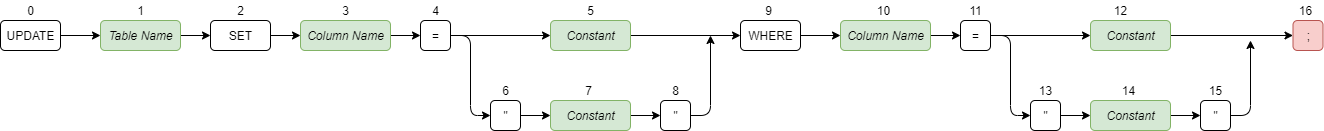
Above: src/files/assets/helpscreen/UpdateDiagram.png in DeliciousWaffle/MastersProject (draw.io), before the change. Source tidied: cells renumbered, new cells last; positions are measured from the earlier drawing's top-left corner, leaving out a move shared by most shapes.
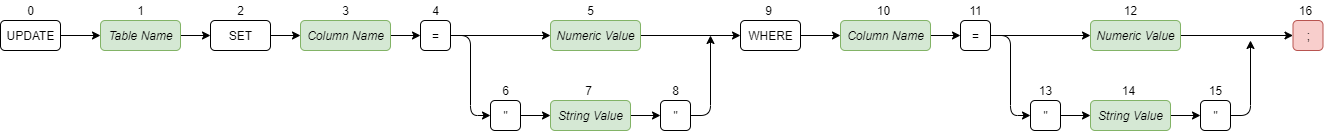
After the change.

What changed in the source:
```diff
@@ -61,8 +61,8 @@
     <mxCell id="20" style="edgeStyle=orthogonalEdgeStyle;rounded=1;jettySize=auto;html=1;exitX=1;exitY=0.5;exitDx=0;exitDy=0;entryX=0;entryY=0.5;entryDx=0;entryDy=0;" parent="1" edge="1" source="21" target="25">
       <mxGeometry relative="1" as="geometry" />
     </mxCell>
-    <mxCell id="21" value="&lt;i&gt;Constant&lt;/i&gt;" style="html=1;fillColor=#d5e8d4;strokeColor=#82b366;rounded=1;" parent="1" vertex="1">
-      <mxGeometry x="550" y="20" width="80" height="30" as="geometry" />
+    <mxCell id="21" value="&lt;i&gt;Numeric Value&lt;/i&gt;" style="html=1;fillColor=#d5e8d4;strokeColor=#82b366;rounded=1;" parent="1" vertex="1">
+      <mxGeometry x="550" y="20" width="90" height="30" as="geometry" />
     </mxCell>
     <mxCell id="22" value="5" style="text;html=1;align=center;verticalAlign=middle;rounded=1;" parent="1" vertex="1">
       <mxGeometry x="580" width="20" height="20" as="geometry" />
@@ -105,16 +105,16 @@
     <mxCell id="34" style="edgeStyle=orthogonalEdgeStyle;jettySize=auto;html=1;exitX=1;exitY=0.5;exitDx=0;exitDy=0;entryX=0;entryY=0.5;entryDx=0;entryDy=0;" parent="1" edge="1" source="35" target="14">
       <mxGeometry relative="1" as="geometry" />
     </mxCell>
-    <mxCell id="35" value="&lt;i&gt;Constant&lt;/i&gt;" style="html=1;fillColor=#d5e8d4;strokeColor=#82b366;rounded=1;" parent="1" vertex="1">
-      <mxGeometry x="1090" y="20" width="80" height="30" as="geometry" />
+    <mxCell id="35" value="&lt;i&gt;Numeric Value&lt;/i&gt;" style="html=1;fillColor=#d5e8d4;strokeColor=#82b366;rounded=1;" parent="1" vertex="1">
+      <mxGeometry x="1090" y="20" width="90" height="30" as="geometry" />
     </mxCell>
     <mxCell id="36" value="12" style="text;html=1;align=center;verticalAlign=middle;rounded=1;" parent="1" vertex="1">
-      <mxGeometry x="1105" width="30" height="20" as="geometry" />
+      <mxGeometry x="1115" width="30" height="20" as="geometry" />
     </mxCell>
     <mxCell id="37" style="edgeStyle=orthogonalEdgeStyle;rounded=0;jettySize=auto;html=1;exitX=1;exitY=0.5;exitDx=0;exitDy=0;entryX=0;entryY=0.5;entryDx=0;entryDy=0;" parent="1" edge="1" source="38" target="43">
       <mxGeometry relative="1" as="geometry" />
     </mxCell>
-    <mxCell id="38" value="&lt;i&gt;Constant&lt;/i&gt;" style="html=1;fillColor=#d5e8d4;strokeColor=#82b366;rounded=1;" parent="1" vertex="1">
+    <mxCell id="38" value="&lt;i&gt;String Value&lt;/i&gt;" style="html=1;fillColor=#d5e8d4;strokeColor=#82b366;rounded=1;" parent="1" vertex="1">
       <mxGeometry x="1090" y="100" width="80" height="30" as="geometry" />
     </mxCell>
     <mxCell id="39" value="14" style="text;html=1;align=center;verticalAlign=middle;rounded=1;" parent="1" vertex="1">
@@ -147,7 +147,7 @@
     <mxCell id="46" style="edgeStyle=orthogonalEdgeStyle;rounded=0;jettySize=auto;html=1;exitX=1;exitY=0.5;exitDx=0;exitDy=0;entryX=0;entryY=0.5;entryDx=0;entryDy=0;" parent="1" edge="1" source="47" target="51">
       <mxGeometry relative="1" as="geometry" />
     </mxCell>
-    <mxCell id="47" value="&lt;i&gt;Constant&lt;/i&gt;" style="html=1;fillColor=#d5e8d4;strokeColor=#82b366;rounded=1;" parent="1" vertex="1">
+    <mxCell id="47" value="&lt;i&gt;String Value&lt;/i&gt;" style="html=1;fillColor=#d5e8d4;strokeColor=#82b366;rounded=1;" parent="1" vertex="1">
       <mxGeometry x="550" y="100" width="80" height="30" as="geometry" />
     </mxCell>
     <mxCell id="48" value="7" style="text;html=1;align=center;verticalAlign=middle;rounded=1;" parent="1" vertex="1">
```
